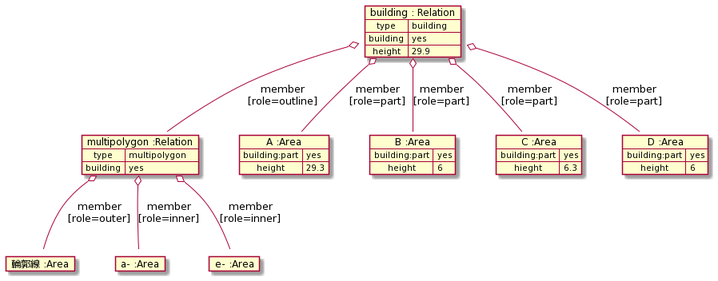
Before: doc/building/building.png, a diagram exported from PlantUML (yuuhayashi/citygml-osm). Its diagram source:
```plantuml
@startuml
map "building : Relation" as building {
 type => building
 building => yes
 height => 29.9
}

map "multipolygon :Relation" as multipolygon {
 type => multipolygon
 building => yes
}

map "輪郭線 :Area" as outer {
}

map "a- :Area" as a {
}
map "e- :Area" as e {
}

map "A :Area" as A {
 building:part => yes
 height => 29.3
}
map "B :Area" as B {
 building:part => yes
 height => 6
}

map "C :Area" as C {
 building:part => yes
 hieght => 6.3
}

map "D :Area" as D {
 building:part => yes
 height => 6
}

map "building : Relation" as building {
 type => building
 building => yes

}

building o-- multipolygon : member\n[role=outline]
building o-- A : member\n[role=part]
building o-- B : member\n[role=part]
building o-- C : member\n[role=part]
building o-- D : member\n[role=part]

multipolygon  o-- outer : member\n[role=outer]
multipolygon  o-- a : member\n[role=inner]
multipolygon  o-- e : member\n[role=inner]
@enduml
```
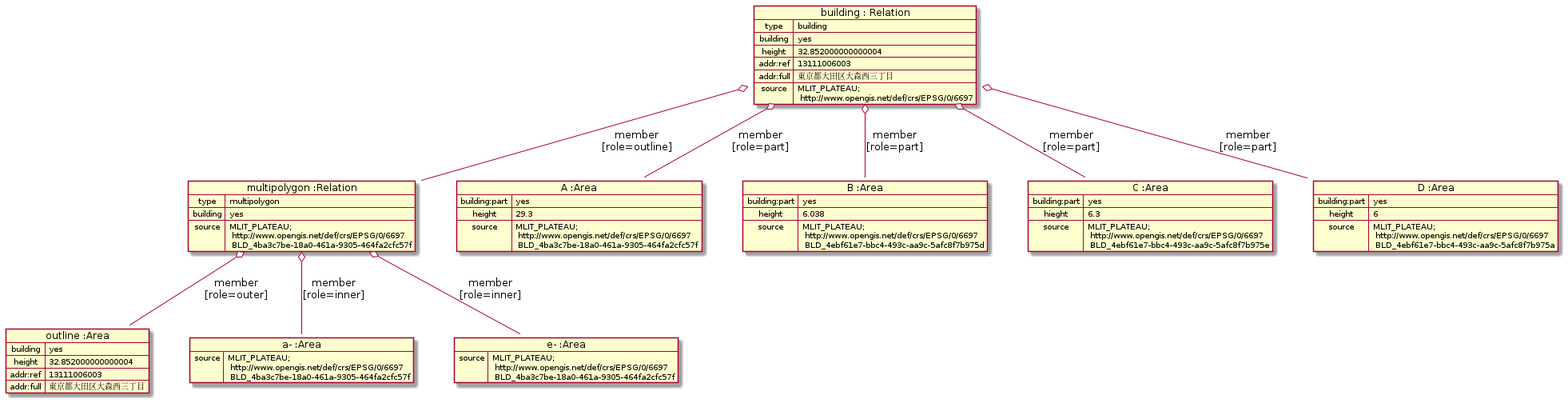
Above is the later version.

Diff of the diagram source:
```diff
@@ -2,39 +2,53 @@
 map "building : Relation" as building {
  type => building
  building => yes
- height => 29.9
+ height => 32.852000000000004
+ addr:ref => 13111006003
+ addr:full => 東京都大田区大森西三丁目
+ source => MLIT_PLATEAU;\n http://www.opengis.net/def/crs/EPSG/0/6697
 }
 
 map "multipolygon :Relation" as multipolygon {
  type => multipolygon
  building => yes
+ source => MLIT_PLATEAU;\n http://www.opengis.net/def/crs/EPSG/0/6697\n BLD_4ba3c7be-18a0-461a-9305-464fa2cfc57f
 }
 
-map "輪郭線 :Area" as outer {
+map "outline :Area" as outer {
+ building => yes
+ height => 32.852000000000004
+ addr:ref => 13111006003
+ addr:full => 東京都大田区大森西三丁目
 }
 
 map "a- :Area" as a {
+ source => MLIT_PLATEAU;\n http://www.opengis.net/def/crs/EPSG/0/6697\n BLD_4ba3c7be-18a0-461a-9305-464fa2cfc57f
 }
 map "e- :Area" as e {
+ source => MLIT_PLATEAU;\n http://www.opengis.net/def/crs/EPSG/0/6697\n BLD_4ba3c7be-18a0-461a-9305-464fa2cfc57f
 }
 
 map "A :Area" as A {
  building:part => yes
  height => 29.3
+ source => MLIT_PLATEAU;\n http://www.opengis.net/def/crs/EPSG/0/6697\n BLD_4ba3c7be-18a0-461a-9305-464fa2cfc57f
 }
 map "B :Area" as B {
  building:part => yes
- height => 6
+ height => 6.038
+ source => MLIT_PLATEAU;\n http://www.opengis.net/def/crs/EPSG/0/6697\n BLD_4ebf61e7-bbc4-493c-aa9c-5afc8f7b975d
 }
 
 map "C :Area" as C {
  building:part => yes
  hieght => 6.3
+ source => MLIT_PLATEAU;\n http://www.opengis.net/def/crs/EPSG/0/6697\n BLD_4ebf61e7-bbc4-493c-aa9c-5afc8f7b975e
 }
 
 map "D :Area" as D {
  building:part => yes
  height => 6
+ source => MLIT_PLATEAU;\n http://www.opengis.net/def/crs/EPSG/0/6697\n BLD_4ebf61e7-bbc4-493c-aa9c-5afc8f7b975a
 }
 
 map "building : Relation" as building {
```
